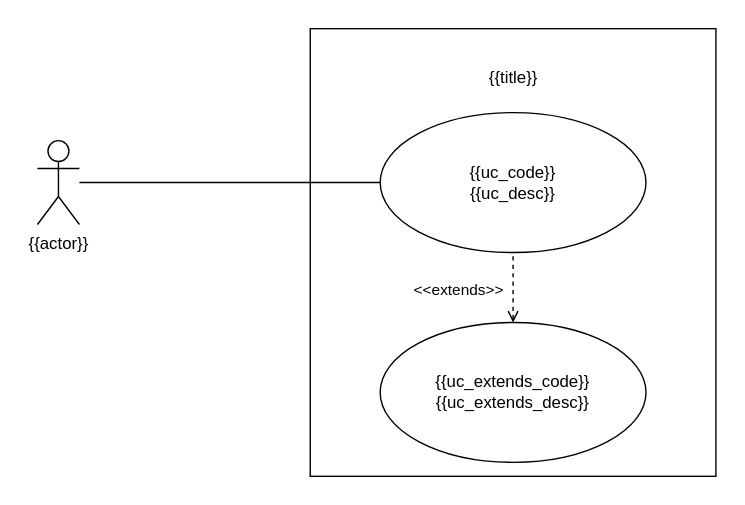
This is images/analisi_dei_requisiti/use_cases/templates/extends.svg from 7Last/docs, a draw.io export, as it was before one commit. Source tidied: cells renumbered, new cells last; positions are measured from the earlier drawing's top-left corner, leaving out a move shared by most shapes. Its diagram source:
```xml
<mxGraphModel>
  <root>
    <mxCell id="0" />
    <mxCell id="1" parent="0" />
    <mxCell id="2" style="rounded=0;jettySize=auto;html=1;endArrow=none;endFill=0;" parent="1" edge="1" source="3" target="6">
      <mxGeometry relative="1" as="geometry" />
    </mxCell>
    <mxCell id="3" value="{{actor}}" style="shape=umlActor;verticalLabelPosition=bottom;verticalAlign=top;html=1;outlineConnect=0;" parent="1" vertex="1">
      <mxGeometry y="80" width="30" height="60" as="geometry" />
    </mxCell>
    <mxCell id="4" style="rounded=0;whiteSpace=wrap;html=1;fillColor=none;" parent="1" vertex="1">
      <mxGeometry x="195" width="290" height="320" as="geometry" />
    </mxCell>
    <mxCell id="5" value="{{title}}" style="text;html=1;align=center;verticalAlign=middle;strokeColor=none;fillColor=none;" parent="1" vertex="1">
      <mxGeometry x="310" y="20" width="60" height="30" as="geometry" />
    </mxCell>
    <mxCell id="6" value="{{uc_code}}&lt;br&gt;{{uc_desc}}" style="ellipse;whiteSpace=wrap;html=1;fillColor=none;" parent="1" vertex="1">
      <mxGeometry x="245" y="60" width="190" height="100" as="geometry" />
    </mxCell>
    <mxCell id="7" style="rounded=0;jettySize=auto;html=1;endArrow=none;endFill=0;exitX=0.5;exitY=0;exitDx=0;exitDy=0;dashed=1;startArrow=open;startFill=0;" parent="1" edge="1" source="9" target="6">
      <mxGeometry relative="1" as="geometry" />
    </mxCell>
    <mxCell id="8" value="&amp;lt;&amp;lt;extends&amp;gt;&amp;gt;" style="edgeLabel;html=1;align=center;verticalAlign=middle;" parent="7" vertex="1">
      <mxGeometry x="0.24" relative="1" as="geometry">
        <mxPoint x="-40" y="7" as="offset" />
      </mxGeometry>
    </mxCell>
    <mxCell id="9" value="{{uc_extends_code}}&lt;br&gt;{{uc_extends_desc}}" style="ellipse;whiteSpace=wrap;html=1;fillColor=none;" parent="1" vertex="1">
      <mxGeometry x="245" y="210" width="190" height="100" as="geometry" />
    </mxCell>
  </root>
</mxGraphModel>
```
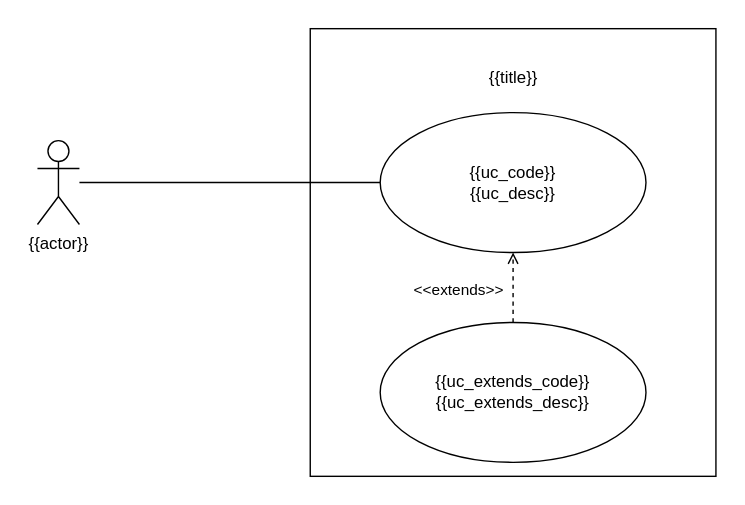
Above is the later version.

Change to the diagram source:
```diff
@@ -17,7 +17,7 @@
     <mxCell id="6" value="{{uc_code}}&lt;br&gt;{{uc_desc}}" style="ellipse;whiteSpace=wrap;html=1;fillColor=none;" parent="1" vertex="1">
       <mxGeometry x="245" y="60" width="190" height="100" as="geometry" />
     </mxCell>
-    <mxCell id="7" style="rounded=0;jettySize=auto;html=1;endArrow=none;endFill=0;exitX=0.5;exitY=0;exitDx=0;exitDy=0;dashed=1;startArrow=open;startFill=0;" parent="1" edge="1" source="9" target="6">
+    <mxCell id="7" style="rounded=0;jettySize=auto;html=1;endArrow=open;endFill=0;exitX=0.5;exitY=0;exitDx=0;exitDy=0;dashed=1;startArrow=none;startFill=0;" parent="1" edge="1" source="9" target="6">
       <mxGeometry relative="1" as="geometry" />
     </mxCell>
     <mxCell id="8" value="&amp;lt;&amp;lt;extends&amp;gt;&amp;gt;" style="edgeLabel;html=1;align=center;verticalAlign=middle;" parent="7" vertex="1">
```
